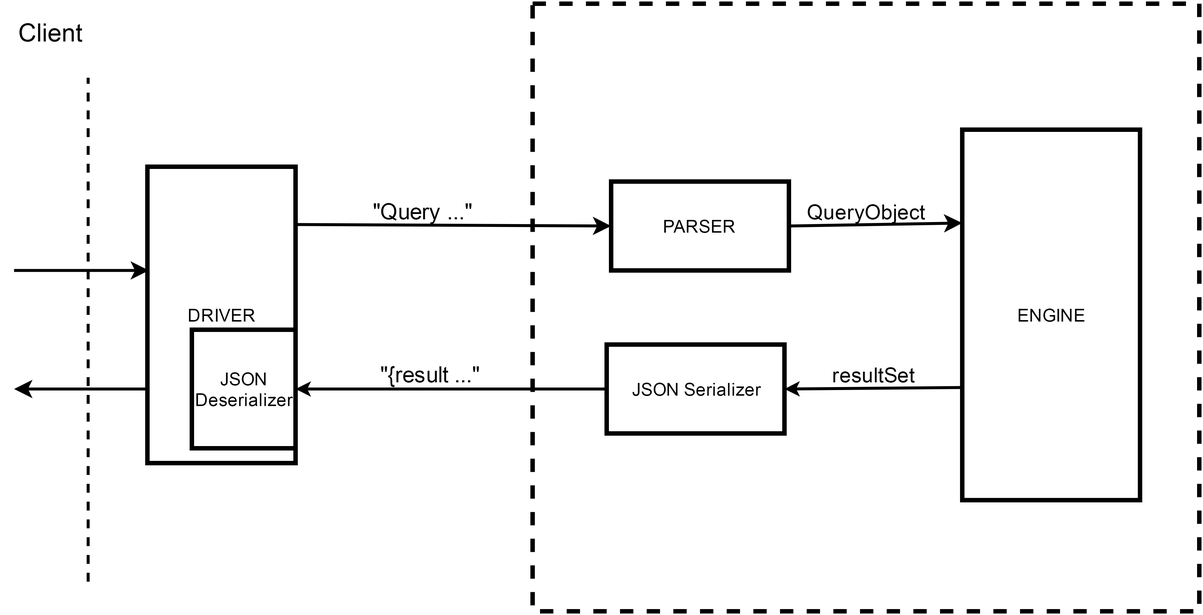
This is images/database.png from itachiviktor/tdkdolgozat, a draw.io export, as it was before one commit. Source tidied: cells renumbered, new cells last; positions are measured from the earlier drawing's top-left corner, leaving out a move shared by most shapes.
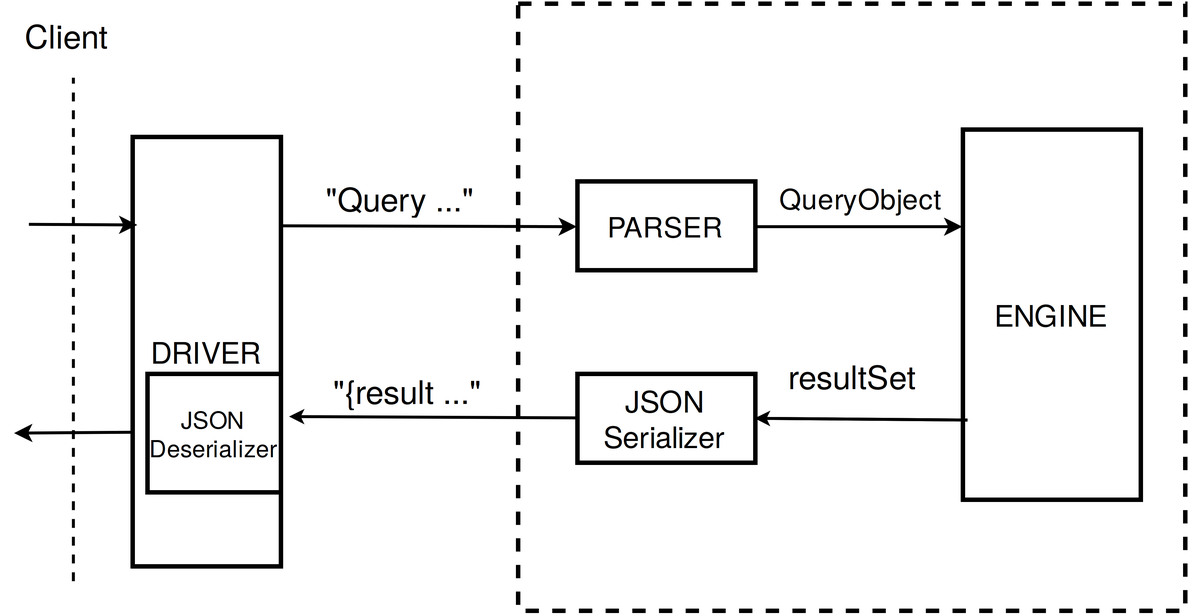
After the change.

The edit, as a diff of the source:
```diff
@@ -8,66 +8,74 @@
         <mxPoint x="50" y="50" as="targetPoint" />
       </mxGeometry>
     </mxCell>
-    <mxCell id="3" value="DRIVER" style="whiteSpace=wrap;html=1;glass=0;strokeColor=#000000;strokeWidth=3;fillColor=none;" parent="1" vertex="1">
-      <mxGeometry x="90" y="110" width="100" height="200" as="geometry" />
+    <mxCell id="3" value="&lt;font style=&quot;font-size: 20px&quot;&gt;DRIVER&lt;/font&gt;" style="whiteSpace=wrap;html=1;glass=0;strokeColor=#000000;strokeWidth=3;fillColor=none;" parent="1" vertex="1">
+      <mxGeometry x="90" y="90" width="100" height="290" as="geometry" />
     </mxCell>
-    <mxCell id="4" value="JSON Deserializer" style="whiteSpace=wrap;html=1;glass=0;strokeColor=#000000;strokeWidth=3;fillColor=none;" parent="1" vertex="1">
-      <mxGeometry x="120" y="220" width="70" height="80" as="geometry" />
+    <mxCell id="4" value="&lt;font style=&quot;font-size: 16px&quot;&gt;JSON Deserializer&lt;/font&gt;" style="whiteSpace=wrap;html=1;glass=0;strokeColor=#000000;strokeWidth=3;fillColor=none;" parent="1" vertex="1">
+      <mxGeometry x="100" y="250" width="90" height="80" as="geometry" />
     </mxCell>
     <mxCell id="5" style="whiteSpace=wrap;html=1;glass=0;strokeColor=#000000;strokeWidth=3;fillColor=none;dashed=1;" parent="1" vertex="1">
       <mxGeometry x="350" width="450" height="410" as="geometry" />
     </mxCell>
-    <mxCell id="6" value="PARSER" style="whiteSpace=wrap;html=1;glass=0;strokeColor=#000000;strokeWidth=3;fillColor=none;" parent="1" vertex="1">
-      <mxGeometry x="403" y="120" width="120" height="60" as="geometry" />
+    <mxCell id="6" value="&lt;font style=&quot;font-size: 19px&quot;&gt;PARSER&lt;/font&gt;" style="whiteSpace=wrap;html=1;glass=0;strokeColor=#000000;strokeWidth=3;fillColor=none;" parent="1" vertex="1">
+      <mxGeometry x="390" y="120" width="120" height="60" as="geometry" />
     </mxCell>
-    <mxCell id="7" style="edgeStyle=none;rounded=0;html=1;entryX=1;entryY=0.5;startArrow=none;startFill=0;startSize=4;endArrow=classic;endFill=1;endSize=4;jettySize=auto;strokeWidth=2;exitX=-0.008;exitY=0.696;exitPerimeter=0;" parent="1" edge="1" source="8" target="10">
+    <mxCell id="7" style="edgeStyle=none;rounded=0;html=1;entryX=1;entryY=0.5;startArrow=none;startFill=0;startSize=4;endArrow=classic;endFill=1;endSize=4;jettySize=auto;strokeWidth=2;exitX=0.017;exitY=0.784;exitPerimeter=0;" parent="1" edge="1" source="8" target="10">
       <mxGeometry relative="1" as="geometry" />
     </mxCell>
-    <mxCell id="8" value="ENGINE" style="whiteSpace=wrap;html=1;glass=0;strokeColor=#000000;strokeWidth=3;fillColor=none;" parent="1" vertex="1">
-      <mxGeometry x="640" y="85" width="120" height="250" as="geometry" />
+    <mxCell id="8" value="&lt;font style=&quot;font-size: 20px&quot;&gt;ENGINE&lt;/font&gt;" style="whiteSpace=wrap;html=1;glass=0;strokeColor=#000000;strokeWidth=3;fillColor=none;" parent="1" vertex="1">
+      <mxGeometry x="650" y="85" width="120" height="250" as="geometry" />
     </mxCell>
-    <mxCell id="9" style="edgeStyle=none;rounded=0;html=1;entryX=1;entryY=0.5;startArrow=none;startFill=0;startSize=4;endArrow=classic;endFill=1;endSize=4;jettySize=auto;strokeWidth=2;" parent="1" edge="1" source="10" target="4">
+    <mxCell id="9" style="edgeStyle=none;rounded=0;html=1;entryX=1.057;entryY=0.363;startArrow=none;startFill=0;startSize=4;endArrow=classic;endFill=1;endSize=4;jettySize=auto;strokeWidth=2;entryPerimeter=0;" parent="1" edge="1" source="10" target="4">
       <mxGeometry relative="1" as="geometry" />
     </mxCell>
-    <mxCell id="10" value="JSON Serializer" style="whiteSpace=wrap;html=1;glass=0;strokeColor=#000000;strokeWidth=3;fillColor=none;" parent="1" vertex="1">
-      <mxGeometry x="400" y="230" width="120" height="60" as="geometry" />
+    <mxCell id="10" value="&lt;font style=&quot;font-size: 20px&quot;&gt;JSON Serializer&lt;/font&gt;" style="whiteSpace=wrap;html=1;glass=0;strokeColor=#000000;strokeWidth=3;fillColor=none;" parent="1" vertex="1">
+      <mxGeometry x="390" y="250" width="120" height="60" as="geometry" />
     </mxCell>
-    <mxCell id="11" value="&lt;font style=&quot;font-size: 17px&quot;&gt;Client&lt;/font&gt;" style="text;html=1;strokeColor=none;fillColor=none;align=center;verticalAlign=middle;whiteSpace=wrap;glass=0;" parent="1" vertex="1">
-      <mxGeometry y="10" width="50" height="20" as="geometry" />
+    <mxCell id="11" value="&lt;font style=&quot;font-size: 22px&quot;&gt;Client&lt;/font&gt;" style="text;html=1;strokeColor=none;fillColor=none;align=center;verticalAlign=middle;whiteSpace=wrap;glass=0;" parent="1" vertex="1">
+      <mxGeometry x="20" y="10" width="50" height="20" as="geometry" />
     </mxCell>
     <mxCell id="12" style="edgeStyle=none;rounded=0;html=1;exitX=0.5;exitY=1;entryX=0.5;entryY=1;dashed=1;startArrow=none;startFill=0;startSize=4;endArrow=none;endFill=0;endSize=4;jettySize=auto;orthogonalLoop=1;strokeWidth=2;" parent="1" edge="1" source="11" target="11">
       <mxGeometry relative="1" as="geometry" />
     </mxCell>
-    <mxCell id="13" style="endArrow=classic;html=1;strokeWidth=2;entryX=0.01;entryY=0.35;entryPerimeter=0;" parent="1" edge="1" target="3">
-      <mxGeometry relative="1" as="geometry">
-        <mxPoint y="180" as="sourcePoint" />
-      </mxGeometry>
-    </mxCell>
-    <mxCell id="14" style="endArrow=classic;html=1;strokeWidth=2;exitX=0;exitY=0.75;" parent="1" edge="1" source="3">
-      <mxGeometry relative="1" as="geometry">
-        <mxPoint y="260" as="targetPoint" />
-      </mxGeometry>
-    </mxCell>
-    <mxCell id="15" style="endArrow=classic;html=1;strokeWidth=2;exitX=0.99;exitY=0.195;exitPerimeter=0;entryX=0;entryY=0.5;" parent="1" edge="1" source="3" target="6">
-      <mxGeometry relative="1" as="geometry" />
+    <mxCell id="15" style="endArrow=classic;html=1;strokeWidth=2;entryX=0;entryY=0.5;" parent="1" edge="1" target="6">
+      <mxGeometry relative="1" as="geometry">
+        <mxPoint x="189" y="150" as="sourcePoint" />
+      </mxGeometry>
     </mxCell>
-    <mxCell id="16" style="endArrow=classic;html=1;strokeWidth=2;exitX=1;exitY=0.5;entryX=0;entryY=0.25;" parent="1" edge="1" source="6" target="8">
+    <mxCell id="16" style="endArrow=classic;html=1;strokeWidth=2;exitX=1;exitY=0.5;entryX=-0.006;entryY=0.263;entryPerimeter=0;" parent="1" edge="1" source="6" target="8">
       <mxGeometry relative="1" as="geometry" />
     </mxCell>
-    <mxCell id="17" value="&lt;font style=&quot;font-size: 15px&quot;&gt;&quot;Query ...&quot;&lt;/font&gt;" style="text;html=1;strokeColor=none;fillColor=none;align=center;verticalAlign=middle;whiteSpace=wrap;glass=0;" parent="1" vertex="1">
-      <mxGeometry x="230" y="130" width="90" height="20" as="geometry" />
+    <mxCell id="17" value="&lt;font style=&quot;font-size: 22px&quot;&gt;&quot;Query ...&quot;&lt;/font&gt;" style="text;html=1;strokeColor=none;fillColor=none;align=center;verticalAlign=middle;whiteSpace=wrap;glass=0;" parent="1" vertex="1">
+      <mxGeometry x="210" y="120" width="120" height="20" as="geometry" />
     </mxCell>
-    <mxCell id="18" value="&lt;font style=&quot;font-size: 15px&quot;&gt;&quot;{result ...&quot;&lt;/font&gt;" style="text;html=1;strokeColor=none;fillColor=none;align=center;verticalAlign=middle;whiteSpace=wrap;glass=0;" parent="1" vertex="1">
-      <mxGeometry x="240" y="240" width="80" height="20" as="geometry" />
+    <mxCell id="18" value="&lt;font style=&quot;font-size: 22px&quot;&gt;&quot;{result ...&quot;&lt;/font&gt;" style="text;html=1;strokeColor=none;fillColor=none;align=center;verticalAlign=middle;whiteSpace=wrap;glass=0;" parent="1" vertex="1">
+      <mxGeometry x="220" y="250" width="110" height="20" as="geometry" />
     </mxCell>
-    <mxCell id="19" value="&lt;font style=&quot;font-size: 14px&quot;&gt;QueryObject&lt;/font&gt;" style="text;html=1;strokeColor=none;fillColor=none;align=center;verticalAlign=middle;whiteSpace=wrap;glass=0;" parent="1" vertex="1">
-      <mxGeometry x="555" y="130" width="40" height="20" as="geometry" />
+    <mxCell id="19" value="&lt;font style=&quot;font-size: 19px&quot;&gt;QueryObject&lt;/font&gt;" style="text;html=1;strokeColor=none;fillColor=none;align=center;verticalAlign=middle;whiteSpace=wrap;glass=0;" parent="1" vertex="1">
+      <mxGeometry x="560" y="120" width="40" height="20" as="geometry" />
     </mxCell>
-    <mxCell id="20" value="&lt;font style=&quot;font-size: 14px&quot;&gt;resultSet&lt;/font&gt;" style="text;html=1;strokeColor=none;fillColor=none;align=center;verticalAlign=middle;whiteSpace=wrap;glass=0;" parent="1" vertex="1">
-      <mxGeometry x="560" y="240" width="40" height="20" as="geometry" />
+    <mxCell id="20" value="&lt;font style=&quot;font-size: 22px&quot;&gt;resultSet&lt;/font&gt;" style="text;html=1;strokeColor=none;fillColor=none;align=center;verticalAlign=middle;whiteSpace=wrap;glass=0;" parent="1" vertex="1">
+      <mxGeometry x="555" y="240" width="40" height="20" as="geometry" />
     </mxCell>
     <mxCell id="21" style="edgeStyle=none;rounded=0;html=1;exitX=0.5;exitY=0;entryX=0.5;entryY=0;startArrow=none;startFill=0;startSize=4;endArrow=classic;endFill=1;endSize=4;jettySize=auto;orthogonalLoop=1;strokeWidth=2;" parent="1" edge="1" source="19" target="19">
       <mxGeometry relative="1" as="geometry" />
     </mxCell>
+    <mxCell id="22" style="edgeStyle=none;rounded=0;html=1;exitX=0.5;exitY=1;endArrow=none;endFill=0;jettySize=auto;orthogonalLoop=1;strokeWidth=2;" parent="1" edge="1" source="20" target="20">
+      <mxGeometry relative="1" as="geometry" />
+    </mxCell>
+    <mxCell id="23" style="edgeStyle=none;rounded=0;html=1;entryX=1;entryY=0.5;startArrow=none;startFill=0;startSize=4;endArrow=classic;endFill=1;endSize=4;jettySize=auto;strokeWidth=2;exitX=0.025;exitY=0.784;exitPerimeter=0;" parent="1" edge="1" source="8" target="10">
+      <mxGeometry relative="1" as="geometry" />
+    </mxCell>
+    <mxCell id="24" style="endArrow=classic;html=1;strokeWidth=2;entryX=0.03;entryY=0.203;entryPerimeter=0;" parent="1" edge="1" target="3">
+      <mxGeometry relative="1" as="geometry">
+        <mxPoint x="20" y="149" as="sourcePoint" />
+      </mxGeometry>
+    </mxCell>
+    <mxCell id="25" style="endArrow=classic;html=1;strokeWidth=2;exitX=0.001;exitY=0.688;exitPerimeter=0;" parent="1" edge="1" source="3">
+      <mxGeometry relative="1" as="geometry">
+        <mxPoint x="10" y="290" as="targetPoint" />
+      </mxGeometry>
+    </mxCell>
   </root>
 </mxGraphModel>
```
